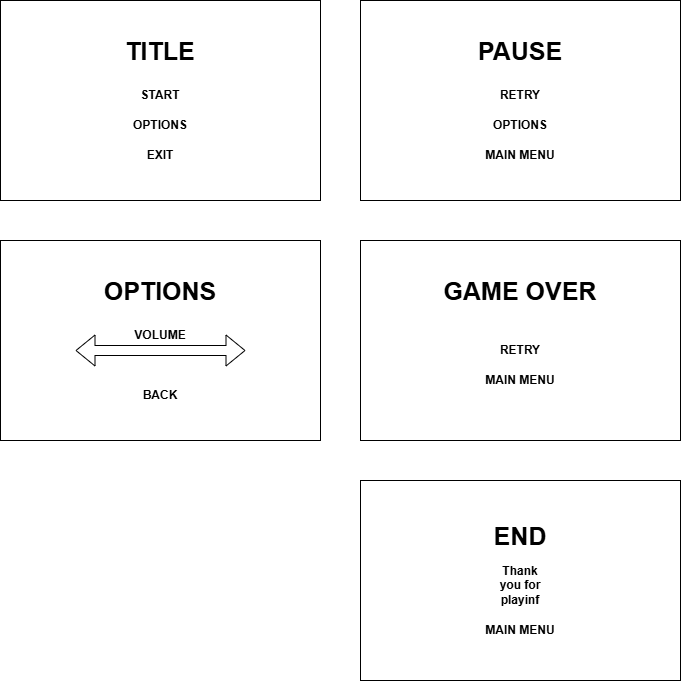
This is Documentacion/Mapas/Menus.png from MedievAlex/RETO_1_Nuestro_Juego, a draw.io export, as it was before one commit. Source tidied: cells renumbered, new cells last; positions are measured from the earlier drawing's top-left corner, leaving out a move shared by most shapes.
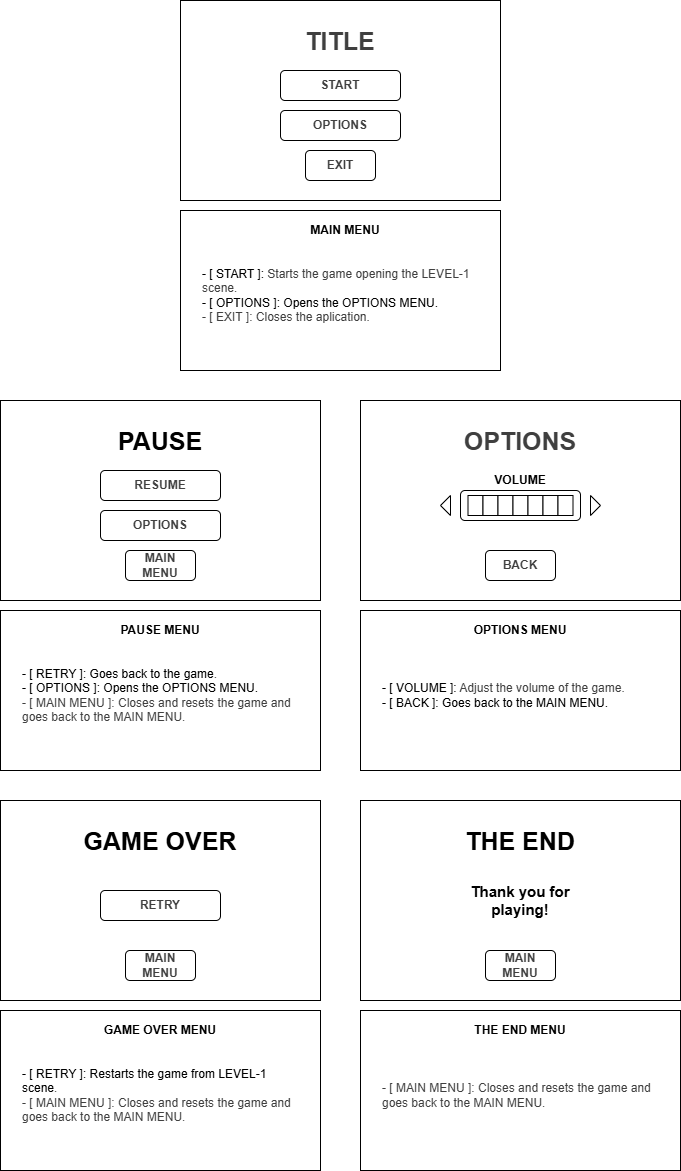
Above is the later version.

Diff of the diagram source:
```diff
@@ -2,77 +2,146 @@
   <root>
     <mxCell id="0" />
     <mxCell id="1" parent="0" />
-    <mxCell id="2" style="rounded=0;whiteSpace=wrap;html=1;" parent="1" vertex="1">
-      <mxGeometry width="320" height="200" as="geometry" />
-    </mxCell>
+    <mxCell id="25" style="rounded=0;whiteSpace=wrap;html=1;" parent="1" vertex="1">
+      <mxGeometry x="400" y="400" width="320" height="200" as="geometry" />
+    </mxCell>
+    <mxCell id="15" value="&lt;b&gt;VOLUME&lt;/b&gt;" style="text;html=1;align=center;verticalAlign=middle;whiteSpace=wrap;rounded=0;" parent="1" vertex="1">
+      <mxGeometry x="530" y="465" width="60" height="30" as="geometry" />
+    </mxCell>
+    <mxCell id="20" style="rounded=0;whiteSpace=wrap;html=1;" parent="1" vertex="1">
+      <mxGeometry x="40" y="400" width="320" height="200" as="geometry" />
+    </mxCell>
+    <mxCell id="21" value="&lt;b&gt;PAUSE&lt;/b&gt;" style="text;html=1;align=center;verticalAlign=middle;whiteSpace=wrap;rounded=0;fontSize=25;" parent="1" vertex="1">
+      <mxGeometry x="50" y="420" width="300" height="40" as="geometry" />
+    </mxCell>
+    <mxCell id="26" style="rounded=0;whiteSpace=wrap;html=1;fontColor=#000000;" parent="1" vertex="1">
+      <mxGeometry x="220" y="210" width="320" height="160" as="geometry" />
+    </mxCell>
+    <mxCell id="27" value="MAIN MENU" style="text;html=1;align=center;verticalAlign=middle;whiteSpace=wrap;rounded=0;fontStyle=1;fontColor=#000000;" parent="1" vertex="1">
+      <mxGeometry x="240" y="220" width="290" height="20" as="geometry" />
+    </mxCell>
+    <mxCell id="28" value="&lt;font&gt;- [ START ]:&amp;nbsp;&lt;/font&gt;&lt;span style=&quot;color: rgb(63, 63, 63);&quot;&gt;Starts the game opening the LEVEL-1 scene.&lt;/span&gt;&lt;div&gt;&lt;font&gt;-&amp;nbsp;&lt;span style=&quot;background-color: transparent;&quot;&gt;[ OPTIONS ]: Opens the OPTIONS MENU.&lt;/span&gt;&lt;/font&gt;&lt;/div&gt;&lt;div&gt;&lt;font&gt;&lt;span style=&quot;color: rgb(63, 63, 63);&quot;&gt;-&amp;nbsp;&lt;/span&gt;&lt;span style=&quot;color: rgb(63, 63, 63); scrollbar-color: rgb(226, 226, 226) rgb(251, 251, 251); background-color: transparent;&quot;&gt;[ EXIT ]: Closes the aplication.&lt;/span&gt;&lt;span style=&quot;background-color: transparent;&quot;&gt;&lt;/span&gt;&lt;/font&gt;&lt;/div&gt;" style="text;html=1;align=left;verticalAlign=middle;whiteSpace=wrap;rounded=0;fontColor=#000000;" parent="1" vertex="1">
+      <mxGeometry x="240" y="240" width="280" height="110" as="geometry" />
+    </mxCell>
+    <mxCell id="29" style="rounded=0;whiteSpace=wrap;html=1;fontColor=#000000;" parent="1" vertex="1">
+      <mxGeometry x="400" y="610" width="320" height="160" as="geometry" />
+    </mxCell>
+    <mxCell id="30" value="OPTIONS MENU" style="text;html=1;align=center;verticalAlign=middle;whiteSpace=wrap;rounded=0;fontStyle=1;fontColor=#000000;" parent="1" vertex="1">
+      <mxGeometry x="420" y="620" width="280" height="20" as="geometry" />
+    </mxCell>
+    <mxCell id="31" value="&lt;font&gt;- [ VOLUME ]:&amp;nbsp;&lt;/font&gt;&lt;span style=&quot;color: rgb(63, 63, 63);&quot;&gt;Adjust the volume of the game.&lt;/span&gt;&lt;div&gt;&lt;font&gt;-&amp;nbsp;&lt;span style=&quot;background-color: transparent;&quot;&gt;[ BACK ]: Goes back to the MAIN MENU.&lt;/span&gt;&lt;/font&gt;&lt;/div&gt;" style="text;html=1;align=left;verticalAlign=middle;whiteSpace=wrap;rounded=0;fontColor=#000000;" parent="1" vertex="1">
+      <mxGeometry x="420" y="640" width="280" height="110" as="geometry" />
+    </mxCell>
+    <mxCell id="32" style="rounded=0;whiteSpace=wrap;html=1;fontColor=#000000;" parent="1" vertex="1">
+      <mxGeometry x="40" y="610" width="320" height="160" as="geometry" />
+    </mxCell>
+    <mxCell id="33" value="PAUSE MENU" style="text;html=1;align=center;verticalAlign=middle;whiteSpace=wrap;rounded=0;fontStyle=1;fontColor=#000000;" parent="1" vertex="1">
+      <mxGeometry x="60" y="620" width="280" height="20" as="geometry" />
+    </mxCell>
+    <mxCell id="34" value="&lt;font&gt;- [ RETRY ]: Goes back to the game&lt;/font&gt;&lt;span style=&quot;color: rgb(63, 63, 63);&quot;&gt;.&lt;/span&gt;&lt;div&gt;&lt;font&gt;-&amp;nbsp;&lt;span style=&quot;background-color: transparent;&quot;&gt;[ OPTIONS ]: Opens the OPTIONS MENU.&lt;/span&gt;&lt;/font&gt;&lt;/div&gt;&lt;div&gt;&lt;font style=&quot;color: rgb(63, 63, 63); scrollbar-color: rgb(226, 226, 226) rgb(251, 251, 251);&quot;&gt;&lt;span style=&quot;scrollbar-color: rgb(226, 226, 226) rgb(251, 251, 251); color: rgb(63, 63, 63);&quot;&gt;-&amp;nbsp;&lt;/span&gt;&lt;span style=&quot;scrollbar-color: rgb(226, 226, 226) rgb(251, 251, 251); background-color: transparent; color: rgb(63, 63, 63);&quot;&gt;[ MAIN MENU ]: Closes and resets the game and g&lt;/span&gt;&lt;/font&gt;&lt;span style=&quot;scrollbar-color: rgb(226, 226, 226) rgb(251, 251, 251); background-color: transparent; color: rgb(63, 63, 63);&quot;&gt;oes back to the MAIN MENU.&lt;/span&gt;&lt;/div&gt;" style="text;html=1;align=left;verticalAlign=middle;whiteSpace=wrap;rounded=0;fontColor=#000000;" parent="1" vertex="1">
+      <mxGeometry x="60" y="640" width="280" height="110" as="geometry" />
+    </mxCell>
+    <mxCell id="35" style="rounded=0;whiteSpace=wrap;html=1;fontColor=#000000;" parent="1" vertex="1">
+      <mxGeometry x="40" y="1010" width="320" height="160" as="geometry" />
+    </mxCell>
+    <mxCell id="36" value="GAME OVER MENU" style="text;html=1;align=center;verticalAlign=middle;whiteSpace=wrap;rounded=0;fontStyle=1;fontColor=#000000;" parent="1" vertex="1">
+      <mxGeometry x="60" y="1020" width="280" height="20" as="geometry" />
+    </mxCell>
+    <mxCell id="37" value="&lt;font&gt;- [ RETRY ]: Restarts the game from LEVEL-1 scene&lt;/font&gt;&lt;span style=&quot;color: rgb(63, 63, 63);&quot;&gt;.&lt;/span&gt;&lt;div&gt;&lt;font&gt;&lt;span style=&quot;color: rgb(63, 63, 63);&quot;&gt;-&amp;nbsp;&lt;/span&gt;&lt;span style=&quot;color: rgb(63, 63, 63); scrollbar-color: rgb(226, 226, 226) rgb(251, 251, 251); background-color: transparent;&quot;&gt;[ MAIN MENU ]: Closes and resets the game and g&lt;/span&gt;&lt;/font&gt;&lt;span style=&quot;color: rgb(63, 63, 63); background-color: transparent;&quot;&gt;oes back to the MAIN MENU.&lt;/span&gt;&lt;/div&gt;" style="text;html=1;align=left;verticalAlign=middle;whiteSpace=wrap;rounded=0;fontColor=#000000;" parent="1" vertex="1">
+      <mxGeometry x="60" y="1040" width="280" height="110" as="geometry" />
+    </mxCell>
+    <mxCell id="38" style="rounded=0;whiteSpace=wrap;html=1;fontColor=#000000;" parent="1" vertex="1">
+      <mxGeometry x="400" y="1010" width="320" height="160" as="geometry" />
+    </mxCell>
+    <mxCell id="39" value="THE END MENU" style="text;html=1;align=center;verticalAlign=middle;whiteSpace=wrap;rounded=0;fontStyle=1;fontColor=#000000;" parent="1" vertex="1">
+      <mxGeometry x="420" y="1020" width="280" height="20" as="geometry" />
+    </mxCell>
+    <mxCell id="40" value="&lt;div&gt;&lt;font&gt;&lt;span style=&quot;color: rgb(63, 63, 63);&quot;&gt;-&amp;nbsp;&lt;/span&gt;&lt;span style=&quot;color: rgb(63, 63, 63); scrollbar-color: rgb(226, 226, 226) rgb(251, 251, 251); background-color: transparent;&quot;&gt;[ MAIN MENU ]: Closes and resets the game and g&lt;/span&gt;&lt;/font&gt;&lt;span style=&quot;color: rgb(63, 63, 63); background-color: transparent;&quot;&gt;oes back to the MAIN MENU.&lt;/span&gt;&lt;/div&gt;" style="text;html=1;align=left;verticalAlign=middle;whiteSpace=wrap;rounded=0;fontColor=#000000;" parent="1" vertex="1">
+      <mxGeometry x="420" y="1040" width="280" height="110" as="geometry" />
+    </mxCell>
+    <mxCell id="41" value="&lt;b style=&quot;color: rgb(63, 63, 63); scrollbar-color: rgb(226, 226, 226) rgb(251, 251, 251);&quot;&gt;RESUME&lt;/b&gt;" style="rounded=1;whiteSpace=wrap;html=1;" parent="1" vertex="1">
+      <mxGeometry x="140" y="470" width="120" height="30" as="geometry" />
+    </mxCell>
+    <mxCell id="42" value="&lt;b style=&quot;color: rgb(63, 63, 63); scrollbar-color: rgb(226, 226, 226) rgb(251, 251, 251);&quot;&gt;OPTIONS&lt;/b&gt;" style="rounded=1;whiteSpace=wrap;html=1;" parent="1" vertex="1">
+      <mxGeometry x="140" y="510" width="120" height="30" as="geometry" />
+    </mxCell>
+    <mxCell id="43" style="rounded=0;whiteSpace=wrap;html=1;" parent="1" vertex="1">
+      <mxGeometry x="220" width="320" height="200" as="geometry" />
+    </mxCell>
-    <mxCell id="3" value="&lt;b&gt;TITLE&lt;/b&gt;" style="text;html=1;align=center;verticalAlign=middle;whiteSpace=wrap;rounded=0;fontSize=25;" parent="1" vertex="1">
-      <mxGeometry x="10" y="30" width="300" height="40" as="geometry" />
+    <mxCell id="3" value="&lt;b style=&quot;color: rgb(63, 63, 63); scrollbar-color: rgb(226, 226, 226) rgb(251, 251, 251);&quot;&gt;TITLE&lt;/b&gt;" style="text;html=1;align=center;verticalAlign=middle;whiteSpace=wrap;rounded=0;fontSize=25;" parent="1" vertex="1">
+      <mxGeometry x="230" y="20" width="300" height="40" as="geometry" />
     </mxCell>
-    <mxCell id="4" value="&lt;b&gt;START&lt;/b&gt;" style="text;html=1;align=center;verticalAlign=middle;whiteSpace=wrap;rounded=0;" parent="1" vertex="1">
-      <mxGeometry x="130" y="80" width="60" height="30" as="geometry" />
+    <mxCell id="4" value="&lt;b style=&quot;color: rgb(63, 63, 63); scrollbar-color: rgb(226, 226, 226) rgb(251, 251, 251);&quot;&gt;START&lt;/b&gt;" style="rounded=1;whiteSpace=wrap;html=1;" parent="1" vertex="1">
+      <mxGeometry x="320" y="70" width="120" height="30" as="geometry" />
     </mxCell>
-    <mxCell id="5" value="&lt;b&gt;OPTIONS&lt;/b&gt;" style="text;html=1;align=center;verticalAlign=middle;whiteSpace=wrap;rounded=0;" parent="1" vertex="1">
-      <mxGeometry x="130" y="110" width="60" height="30" as="geometry" />
-    </mxCell>
+    <mxCell id="44" value="&lt;b style=&quot;color: rgb(63, 63, 63); scrollbar-color: rgb(226, 226, 226) rgb(251, 251, 251);&quot;&gt;OPTIONS&lt;/b&gt;" style="rounded=1;whiteSpace=wrap;html=1;" parent="1" vertex="1">
+      <mxGeometry x="320" y="110" width="120" height="30" as="geometry" />
+    </mxCell>
-    <mxCell id="6" value="&lt;b&gt;EXIT&lt;/b&gt;" style="text;html=1;align=center;verticalAlign=middle;whiteSpace=wrap;rounded=0;" parent="1" vertex="1">
-      <mxGeometry x="130" y="140" width="60" height="30" as="geometry" />
+    <mxCell id="6" value="&lt;b style=&quot;color: rgb(63, 63, 63); scrollbar-color: rgb(226, 226, 226) rgb(251, 251, 251);&quot;&gt;EXIT&lt;/b&gt;" style="rounded=1;whiteSpace=wrap;html=1;" parent="1" vertex="1">
+      <mxGeometry x="345" y="150" width="70" height="30" as="geometry" />
     </mxCell>
-    <mxCell id="7" style="rounded=0;whiteSpace=wrap;html=1;" parent="1" vertex="1">
-      <mxGeometry x="360" y="240" width="320" height="200" as="geometry" />
-    </mxCell>
+    <mxCell id="45" value="&lt;b style=&quot;scrollbar-color: rgb(226, 226, 226) rgb(251, 251, 251); color: rgb(63, 63, 63);&quot;&gt;MAIN MENU&lt;/b&gt;" style="rounded=1;whiteSpace=wrap;html=1;" parent="1" vertex="1">
+      <mxGeometry x="165" y="550" width="70" height="30" as="geometry" />
+    </mxCell>
+    <mxCell id="46" value="&lt;b style=&quot;color: rgb(63, 63, 63); scrollbar-color: rgb(226, 226, 226) rgb(251, 251, 251);&quot;&gt;OPTIONS&lt;/b&gt;" style="text;html=1;align=center;verticalAlign=middle;whiteSpace=wrap;rounded=0;fontSize=25;" parent="1" vertex="1">
+      <mxGeometry x="410" y="420" width="300" height="40" as="geometry" />
+    </mxCell>
+    <mxCell id="47" style="rounded=1;whiteSpace=wrap;html=1;" parent="1" vertex="1">
+      <mxGeometry x="500" y="490" width="120" height="30" as="geometry" />
+    </mxCell>
+    <mxCell id="13" value="&lt;b style=&quot;color: rgb(63, 63, 63); scrollbar-color: rgb(226, 226, 226) rgb(251, 251, 251);&quot;&gt;BACK&lt;/b&gt;" style="rounded=1;whiteSpace=wrap;html=1;" parent="1" vertex="1">
+      <mxGeometry x="525" y="550" width="70" height="30" as="geometry" />
+    </mxCell>
+    <mxCell id="48" style="triangle;whiteSpace=wrap;html=1;" parent="1" vertex="1">
+      <mxGeometry x="630" y="495" width="10" height="20" as="geometry" />
+    </mxCell>
+    <mxCell id="49" style="triangle;whiteSpace=wrap;html=1;direction=west;" parent="1" vertex="1">
+      <mxGeometry x="480" y="495" width="10" height="20" as="geometry" />
+    </mxCell>
+    <mxCell id="50" style="rounded=0;whiteSpace=wrap;html=1;" parent="1" vertex="1">
+      <mxGeometry x="507.5" y="495" width="15" height="20" as="geometry" />
+    </mxCell>
+    <mxCell id="51" style="rounded=0;whiteSpace=wrap;html=1;" parent="1" vertex="1">
+      <mxGeometry x="522.5" y="495" width="15" height="20" as="geometry" />
+    </mxCell>
+    <mxCell id="52" style="rounded=0;whiteSpace=wrap;html=1;" parent="1" vertex="1">
+      <mxGeometry x="537.5" y="495" width="15" height="20" as="geometry" />
+    </mxCell>
+    <mxCell id="53" style="rounded=0;whiteSpace=wrap;html=1;" parent="1" vertex="1">
+      <mxGeometry x="552.5" y="495" width="15" height="20" as="geometry" />
+    </mxCell>
+    <mxCell id="54" style="rounded=0;whiteSpace=wrap;html=1;" parent="1" vertex="1">
+      <mxGeometry x="567.5" y="495" width="15" height="20" as="geometry" />
+    </mxCell>
+    <mxCell id="55" style="rounded=0;whiteSpace=wrap;html=1;" parent="1" vertex="1">
+      <mxGeometry x="582.5" y="495" width="15" height="20" as="geometry" />
+    </mxCell>
+    <mxCell id="56" style="rounded=0;whiteSpace=wrap;html=1;" parent="1" vertex="1">
+      <mxGeometry x="597.5" y="495" width="15" height="20" as="geometry" />
+    </mxCell>
+    <mxCell id="57" style="rounded=0;whiteSpace=wrap;html=1;" parent="1" vertex="1">
+      <mxGeometry x="40" y="800" width="320" height="200" as="geometry" />
+    </mxCell>
     <mxCell id="8" value="&lt;b&gt;GAME OVER&lt;/b&gt;" style="text;html=1;align=center;verticalAlign=middle;whiteSpace=wrap;rounded=0;fontSize=25;" parent="1" vertex="1">
-      <mxGeometry x="370" y="270" width="300" height="40" as="geometry" />
+      <mxGeometry x="50" y="820" width="300" height="40" as="geometry" />
     </mxCell>
-    <mxCell id="9" value="&lt;b&gt;RETRY&lt;/b&gt;" style="text;html=1;align=center;verticalAlign=middle;whiteSpace=wrap;rounded=0;" parent="1" vertex="1">
-      <mxGeometry x="490" y="335" width="60" height="30" as="geometry" />
-    </mxCell>
-    <mxCell id="10" value="&lt;b&gt;MAIN MENU&lt;/b&gt;" style="text;html=1;align=center;verticalAlign=middle;whiteSpace=wrap;rounded=0;" parent="1" vertex="1">
-      <mxGeometry x="480" y="365" width="80" height="30" as="geometry" />
-    </mxCell>
-    <mxCell id="11" style="rounded=0;whiteSpace=wrap;html=1;" parent="1" vertex="1">
-      <mxGeometry y="240" width="320" height="200" as="geometry" />
-    </mxCell>
-    <mxCell id="12" value="&lt;b&gt;OPTIONS&lt;/b&gt;" style="text;html=1;align=center;verticalAlign=middle;whiteSpace=wrap;rounded=0;fontSize=25;" parent="1" vertex="1">
-      <mxGeometry x="10" y="270" width="300" height="40" as="geometry" />
-    </mxCell>
-    <mxCell id="13" value="&lt;b&gt;BACK&lt;/b&gt;" style="text;html=1;align=center;verticalAlign=middle;whiteSpace=wrap;rounded=0;" parent="1" vertex="1">
-      <mxGeometry x="130" y="380" width="60" height="30" as="geometry" />
-    </mxCell>
-    <mxCell id="14" style="shape=flexArrow;endArrow=classic;startArrow=classic;html=1;" parent="1" edge="1">
-      <mxGeometry relative="1" as="geometry">
-        <mxPoint x="75" y="350" as="sourcePoint" />
-        <mxPoint x="245" y="350" as="targetPoint" />
-      </mxGeometry>
-    </mxCell>
-    <mxCell id="15" value="&lt;b&gt;VOLUME&lt;/b&gt;" style="text;html=1;align=center;verticalAlign=middle;whiteSpace=wrap;rounded=0;" parent="1" vertex="1">
-      <mxGeometry x="130" y="320" width="60" height="30" as="geometry" />
-    </mxCell>
-    <mxCell id="16" style="rounded=0;whiteSpace=wrap;html=1;" parent="1" vertex="1">
-      <mxGeometry x="360" y="480" width="320" height="200" as="geometry" />
-    </mxCell>
-    <mxCell id="17" value="&lt;b&gt;END&lt;/b&gt;" style="text;html=1;align=center;verticalAlign=middle;whiteSpace=wrap;rounded=0;fontSize=25;" parent="1" vertex="1">
-      <mxGeometry x="370" y="515" width="300" height="40" as="geometry" />
-    </mxCell>
-    <mxCell id="18" value="&lt;b&gt;Thank you for playinf&lt;/b&gt;" style="text;html=1;align=center;verticalAlign=middle;whiteSpace=wrap;rounded=0;" parent="1" vertex="1">
-      <mxGeometry x="490" y="570" width="60" height="30" as="geometry" />
-    </mxCell>
-    <mxCell id="19" value="&lt;b&gt;MAIN MENU&lt;/b&gt;" style="text;html=1;align=center;verticalAlign=middle;whiteSpace=wrap;rounded=0;" parent="1" vertex="1">
-      <mxGeometry x="480" y="615" width="80" height="30" as="geometry" />
-    </mxCell>
-    <mxCell id="20" style="rounded=0;whiteSpace=wrap;html=1;" parent="1" vertex="1">
-      <mxGeometry x="360" width="320" height="200" as="geometry" />
-    </mxCell>
-    <mxCell id="21" value="&lt;b&gt;PAUSE&lt;/b&gt;" style="text;html=1;align=center;verticalAlign=middle;whiteSpace=wrap;rounded=0;fontSize=25;" parent="1" vertex="1">
-      <mxGeometry x="370" y="30" width="300" height="40" as="geometry" />
-    </mxCell>
-    <mxCell id="22" value="&lt;b&gt;OPTIONS&lt;/b&gt;" style="text;html=1;align=center;verticalAlign=middle;whiteSpace=wrap;rounded=0;" parent="1" vertex="1">
-      <mxGeometry x="490" y="110" width="60" height="30" as="geometry" />
-    </mxCell>
-    <mxCell id="23" value="&lt;b&gt;RETRY&lt;/b&gt;" style="text;html=1;align=center;verticalAlign=middle;whiteSpace=wrap;rounded=0;" parent="1" vertex="1">
-      <mxGeometry x="490" y="80" width="60" height="30" as="geometry" />
-    </mxCell>
-    <mxCell id="24" value="&lt;b&gt;MAIN MENU&lt;/b&gt;" style="text;html=1;align=center;verticalAlign=middle;whiteSpace=wrap;rounded=0;" parent="1" vertex="1">
-      <mxGeometry x="480" y="140" width="80" height="30" as="geometry" />
-    </mxCell>
+    <mxCell id="58" value="&lt;b style=&quot;color: rgb(63, 63, 63); scrollbar-color: rgb(226, 226, 226) rgb(251, 251, 251);&quot;&gt;RETRY&lt;/b&gt;" style="rounded=1;whiteSpace=wrap;html=1;" parent="1" vertex="1">
+      <mxGeometry x="140" y="890" width="120" height="30" as="geometry" />
+    </mxCell>
+    <mxCell id="59" value="&lt;b style=&quot;scrollbar-color: rgb(226, 226, 226) rgb(251, 251, 251); color: rgb(63, 63, 63);&quot;&gt;MAIN MENU&lt;/b&gt;" style="rounded=1;whiteSpace=wrap;html=1;" parent="1" vertex="1">
+      <mxGeometry x="165" y="950" width="70" height="30" as="geometry" />
+    </mxCell>
+    <mxCell id="60" style="rounded=0;whiteSpace=wrap;html=1;" parent="1" vertex="1">
+      <mxGeometry x="400" y="800" width="320" height="200" as="geometry" />
+    </mxCell>
+    <mxCell id="61" value="&lt;b&gt;THE END&lt;/b&gt;" style="text;html=1;align=center;verticalAlign=middle;whiteSpace=wrap;rounded=0;fontSize=25;" parent="1" vertex="1">
+      <mxGeometry x="410" y="820" width="300" height="40" as="geometry" />
+    </mxCell>
+    <mxCell id="62" value="&lt;b style=&quot;scrollbar-color: rgb(226, 226, 226) rgb(251, 251, 251); color: rgb(63, 63, 63);&quot;&gt;MAIN MENU&lt;/b&gt;" style="rounded=1;whiteSpace=wrap;html=1;" parent="1" vertex="1">
+      <mxGeometry x="525" y="950" width="70" height="30" as="geometry" />
+    </mxCell>
+    <mxCell id="63" value="&lt;b&gt;Thank you for playing!&lt;/b&gt;" style="text;html=1;align=center;verticalAlign=middle;whiteSpace=wrap;rounded=0;fontSize=15;" parent="1" vertex="1">
+      <mxGeometry x="495" y="885" width="130" height="30" as="geometry" />
+    </mxCell>
   </root>
 </mxGraphModel>
```
